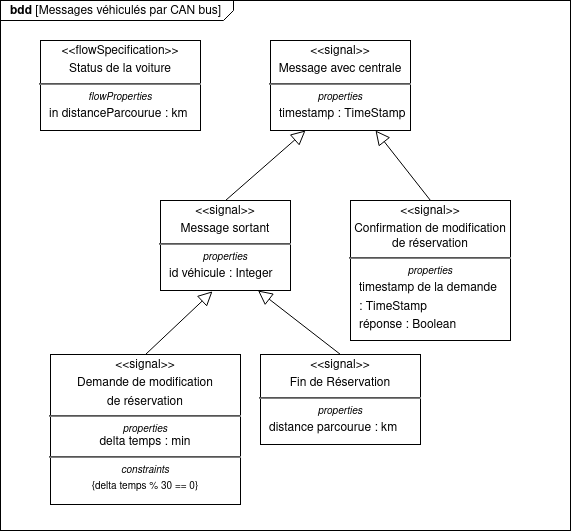
Above: diagrammes/bdd_signaux_ordi_de_bord.png in Dalker/ISI-mobility (draw.io), before the change. Source tidied: cells renumbered, new cells last; positions are measured from the earlier drawing's top-left corner, leaving out a move shared by most shapes. Its diagram source:
```xml
<mxGraphModel>
  <root>
    <mxCell id="0" />
    <mxCell id="1" parent="0" />
    <mxCell id="2" value="&lt;p style=&quot;margin: 0px ; margin-top: 4px ; margin-left: 10px ; text-align: left&quot;&gt;&lt;b&gt;bdd&lt;/b&gt; [Messages véhiculés par CAN bus]&lt;br&gt;&lt;/p&gt;" style="html=1;strokeWidth=1;shape=mxgraph.sysml.package;labelX=233;align=left;spacingLeft=10;overflow=fill;" parent="1" vertex="1">
      <mxGeometry width="570" height="530" as="geometry" />
    </mxCell>
    <mxCell id="3" value="&lt;p style=&quot;margin: 0px ; margin-top: 4px ; text-align: center&quot;&gt;&amp;lt;&amp;lt;signal&amp;gt;&amp;gt;&lt;/p&gt;&lt;p style=&quot;margin: 0px ; margin-top: 4px ; text-align: center&quot;&gt;Fin de Réservation&lt;br&gt;&lt;/p&gt;&lt;hr&gt;&lt;p style=&quot;font-size: 10px ; margin: 0px ; margin-top: 4px ; text-align: center&quot;&gt;&lt;i&gt;properties&lt;/i&gt;&lt;/p&gt;&lt;p style=&quot;margin: 0px ; margin-top: 4px ; margin-left: 10px ; text-align: left&quot;&gt;distance parcourue : km&lt;/p&gt;" style="shape=rect;html=1;overflow=fill;whiteSpace=wrap;" parent="1" vertex="1">
      <mxGeometry x="260" y="354" width="160" height="90" as="geometry" />
    </mxCell>
    <mxCell id="4" value="&lt;p style=&quot;margin: 0px ; margin-top: 4px ; text-align: center&quot;&gt;&amp;lt;&amp;lt;signal&amp;gt;&amp;gt;&lt;br&gt;&lt;/p&gt;&lt;p style=&quot;margin: 0px ; margin-top: 4px ; text-align: center&quot;&gt;Message sortant&lt;br&gt;&lt;/p&gt;&lt;hr&gt;&lt;p style=&quot;font-size: 10px ; margin: 0px ; margin-top: 4px ; text-align: center&quot;&gt;&lt;i&gt;properties&lt;/i&gt;&lt;/p&gt;&lt;p style=&quot;margin: 0px ; margin-top: 4px ; margin-left: 10px ; text-align: left&quot;&gt;id véhicule : Integer&lt;br&gt;&lt;/p&gt;" style="shape=rect;html=1;overflow=fill;whiteSpace=wrap;" parent="1" vertex="1">
      <mxGeometry x="160" y="200" width="130" height="90" as="geometry" />
    </mxCell>
    <mxCell id="5" style="edgeStyle=none;html=1;endSize=12;endArrow=block;endFill=0;entryX=0.75;entryY=1;entryDx=0;entryDy=0;exitX=0.5;exitY=0;exitDx=0;exitDy=0;" parent="1" edge="1" source="3" target="4">
      <mxGeometry relative="1" as="geometry" />
    </mxCell>
    <mxCell id="6" value="&lt;p style=&quot;margin: 0px ; margin-top: 4px ; text-align: center&quot;&gt;&amp;lt;&amp;lt;signal&amp;gt;&amp;gt;&lt;/p&gt;&lt;p style=&quot;margin: 0px ; margin-top: 4px ; text-align: center&quot;&gt;Demande de modification&lt;/p&gt;&lt;p style=&quot;margin: 0px ; margin-top: 4px ; text-align: center&quot;&gt;de réservation&lt;br&gt;&lt;/p&gt;&lt;hr&gt;&lt;p style=&quot;font-size: 10px ; margin: 0px ; margin-top: 4px ; text-align: center&quot;&gt;&lt;i&gt;properties&lt;/i&gt;&lt;/p&gt;delta temps : min&lt;br&gt;&lt;hr&gt;&lt;p style=&quot;font-size: 10px ; margin: 0px ; margin-top: 4px ; text-align: center&quot;&gt;&lt;i&gt;constraints&lt;/i&gt;&lt;/p&gt;&lt;p style=&quot;font-size: 10px ; margin: 0px ; margin-top: 4px ; text-align: center&quot;&gt;{delta temps % 30 == 0}&lt;br&gt;&lt;i&gt;&lt;/i&gt;&lt;/p&gt;" style="shape=rect;html=1;overflow=fill;whiteSpace=wrap;" parent="1" vertex="1">
      <mxGeometry x="50" y="354" width="190" height="150" as="geometry" />
    </mxCell>
    <mxCell id="7" style="edgeStyle=none;html=1;endSize=12;endArrow=block;endFill=0;entryX=0.4;entryY=1.009;entryDx=0;entryDy=0;exitX=0.5;exitY=0;exitDx=0;exitDy=0;entryPerimeter=0;" parent="1" edge="1" source="6" target="4">
      <mxGeometry relative="1" as="geometry" />
    </mxCell>
    <mxCell id="8" value="&lt;p style=&quot;margin: 0px ; margin-top: 4px ; text-align: center&quot;&gt;&amp;lt;&amp;lt;signal&amp;gt;&amp;gt;&lt;/p&gt;&lt;p style=&quot;margin: 0px ; margin-top: 4px ; text-align: center&quot;&gt;Message avec centrale&lt;br&gt;&lt;/p&gt;&lt;hr&gt;&lt;p style=&quot;font-size: 10px ; margin: 0px ; margin-top: 4px ; text-align: center&quot;&gt;&lt;i&gt;properties&lt;/i&gt;&lt;/p&gt;&lt;p style=&quot;margin: 0px ; margin-top: 4px ; margin-left: 10px ; text-align: left&quot;&gt;timestamp : TimeStamp&lt;br&gt;&lt;/p&gt;" style="shape=rect;html=1;overflow=fill;whiteSpace=wrap;" parent="1" vertex="1">
      <mxGeometry x="270" y="40" width="140" height="90" as="geometry" />
    </mxCell>
    <mxCell id="9" value="&lt;p style=&quot;margin: 0px ; margin-top: 4px ; text-align: center&quot;&gt;&amp;lt;&amp;lt;signal&amp;gt;&amp;gt;&lt;/p&gt;&lt;p style=&quot;margin: 0px ; margin-top: 4px ; text-align: center&quot;&gt;Confirmation de modification de réservation&lt;br&gt;&lt;/p&gt;&lt;hr&gt;&lt;p style=&quot;font-size: 10px ; margin: 0px ; margin-top: 4px ; text-align: center&quot;&gt;&lt;i&gt;properties&lt;/i&gt;&lt;/p&gt;&lt;p style=&quot;margin: 0px ; margin-top: 4px ; margin-left: 10px ; text-align: left&quot;&gt;timestamp de la demande&lt;/p&gt;&lt;p style=&quot;margin: 0px ; margin-top: 4px ; margin-left: 10px ; text-align: left&quot;&gt;: TimeStamp&lt;br&gt;&lt;/p&gt;&lt;p style=&quot;margin: 0px ; margin-top: 4px ; margin-left: 10px ; text-align: left&quot;&gt;réponse : Boolean&lt;br&gt;&lt;/p&gt;" style="shape=rect;html=1;overflow=fill;whiteSpace=wrap;" parent="1" vertex="1">
      <mxGeometry x="350" y="200" width="160" height="140" as="geometry" />
    </mxCell>
    <mxCell id="10" style="edgeStyle=none;html=1;endSize=12;endArrow=block;endFill=0;entryX=0.75;entryY=1;entryDx=0;entryDy=0;exitX=0.5;exitY=0;exitDx=0;exitDy=0;" parent="1" edge="1" source="9" target="8">
      <mxGeometry relative="1" as="geometry" />
    </mxCell>
    <mxCell id="11" value="&lt;p style=&quot;margin: 0px ; margin-top: 4px ; text-align: center&quot;&gt;&amp;lt;&amp;lt;flowSpecification&amp;gt;&amp;gt;&lt;/p&gt;&lt;p style=&quot;margin: 0px ; margin-top: 4px ; text-align: center&quot;&gt;Status de la voiture&lt;br&gt;&lt;/p&gt;&lt;hr&gt;&lt;p style=&quot;font-size: 10px ; margin: 0px ; margin-top: 4px ; text-align: center&quot;&gt;&lt;i&gt;flowProperties&lt;/i&gt;&lt;/p&gt;&lt;p style=&quot;margin: 0px ; margin-top: 4px ; margin-left: 10px ; text-align: left&quot;&gt;in distanceParcourue : km&lt;br&gt;&lt;/p&gt;" style="shape=rect;html=1;overflow=fill;whiteSpace=wrap;" parent="1" vertex="1">
      <mxGeometry x="40" y="40" width="160" height="90" as="geometry" />
    </mxCell>
    <mxCell id="12" style="edgeStyle=none;html=1;endSize=12;endArrow=block;endFill=0;entryX=0.25;entryY=1;entryDx=0;entryDy=0;exitX=0.5;exitY=0;exitDx=0;exitDy=0;" parent="1" edge="1" source="4" target="8">
      <mxGeometry relative="1" as="geometry" />
    </mxCell>
  </root>
</mxGraphModel>
```
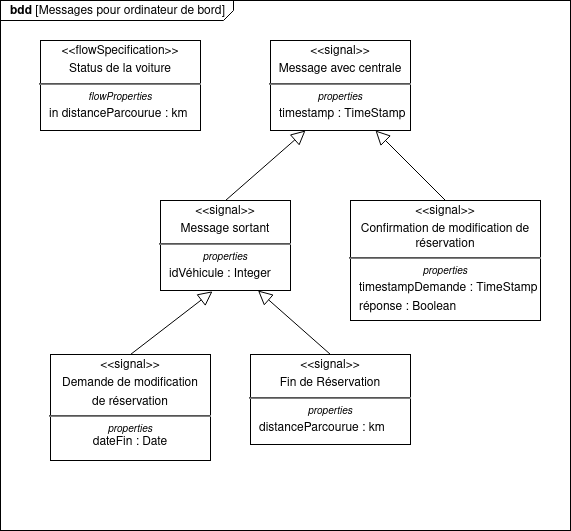
After the change.

Change to the diagram source:
```diff
@@ -2,20 +2,20 @@
   <root>
     <mxCell id="0" />
     <mxCell id="1" parent="0" />
-    <mxCell id="2" value="&lt;p style=&quot;margin: 0px ; margin-top: 4px ; margin-left: 10px ; text-align: left&quot;&gt;&lt;b&gt;bdd&lt;/b&gt; [Messages véhiculés par CAN bus]&lt;br&gt;&lt;/p&gt;" style="html=1;strokeWidth=1;shape=mxgraph.sysml.package;labelX=233;align=left;spacingLeft=10;overflow=fill;" parent="1" vertex="1">
+    <mxCell id="2" value="&lt;p style=&quot;margin: 0px ; margin-top: 4px ; margin-left: 10px ; text-align: left&quot;&gt;&lt;b&gt;bdd&lt;/b&gt; [Messages pour ordinateur de bord]&lt;br&gt;&lt;/p&gt;" style="html=1;strokeWidth=1;shape=mxgraph.sysml.package;labelX=233;align=left;spacingLeft=10;overflow=fill;" parent="1" vertex="1">
       <mxGeometry width="570" height="530" as="geometry" />
     </mxCell>
-    <mxCell id="3" value="&lt;p style=&quot;margin: 0px ; margin-top: 4px ; text-align: center&quot;&gt;&amp;lt;&amp;lt;signal&amp;gt;&amp;gt;&lt;/p&gt;&lt;p style=&quot;margin: 0px ; margin-top: 4px ; text-align: center&quot;&gt;Fin de Réservation&lt;br&gt;&lt;/p&gt;&lt;hr&gt;&lt;p style=&quot;font-size: 10px ; margin: 0px ; margin-top: 4px ; text-align: center&quot;&gt;&lt;i&gt;properties&lt;/i&gt;&lt;/p&gt;&lt;p style=&quot;margin: 0px ; margin-top: 4px ; margin-left: 10px ; text-align: left&quot;&gt;distance parcourue : km&lt;/p&gt;" style="shape=rect;html=1;overflow=fill;whiteSpace=wrap;" parent="1" vertex="1">
-      <mxGeometry x="260" y="354" width="160" height="90" as="geometry" />
+    <mxCell id="3" value="&lt;p style=&quot;margin: 0px ; margin-top: 4px ; text-align: center&quot;&gt;&amp;lt;&amp;lt;signal&amp;gt;&amp;gt;&lt;/p&gt;&lt;p style=&quot;margin: 0px ; margin-top: 4px ; text-align: center&quot;&gt;Fin de Réservation&lt;br&gt;&lt;/p&gt;&lt;hr&gt;&lt;p style=&quot;font-size: 10px ; margin: 0px ; margin-top: 4px ; text-align: center&quot;&gt;&lt;i&gt;properties&lt;/i&gt;&lt;/p&gt;&lt;p style=&quot;margin: 0px ; margin-top: 4px ; margin-left: 10px ; text-align: left&quot;&gt;distanceParcourue : km&lt;/p&gt;" style="shape=rect;html=1;overflow=fill;whiteSpace=wrap;" parent="1" vertex="1">
+      <mxGeometry x="250" y="354" width="160" height="90" as="geometry" />
     </mxCell>
-    <mxCell id="4" value="&lt;p style=&quot;margin: 0px ; margin-top: 4px ; text-align: center&quot;&gt;&amp;lt;&amp;lt;signal&amp;gt;&amp;gt;&lt;br&gt;&lt;/p&gt;&lt;p style=&quot;margin: 0px ; margin-top: 4px ; text-align: center&quot;&gt;Message sortant&lt;br&gt;&lt;/p&gt;&lt;hr&gt;&lt;p style=&quot;font-size: 10px ; margin: 0px ; margin-top: 4px ; text-align: center&quot;&gt;&lt;i&gt;properties&lt;/i&gt;&lt;/p&gt;&lt;p style=&quot;margin: 0px ; margin-top: 4px ; margin-left: 10px ; text-align: left&quot;&gt;id véhicule : Integer&lt;br&gt;&lt;/p&gt;" style="shape=rect;html=1;overflow=fill;whiteSpace=wrap;" parent="1" vertex="1">
+    <mxCell id="4" value="&lt;p style=&quot;margin: 0px ; margin-top: 4px ; text-align: center&quot;&gt;&amp;lt;&amp;lt;signal&amp;gt;&amp;gt;&lt;br&gt;&lt;/p&gt;&lt;p style=&quot;margin: 0px ; margin-top: 4px ; text-align: center&quot;&gt;Message sortant&lt;br&gt;&lt;/p&gt;&lt;hr&gt;&lt;p style=&quot;font-size: 10px ; margin: 0px ; margin-top: 4px ; text-align: center&quot;&gt;&lt;i&gt;properties&lt;/i&gt;&lt;/p&gt;&lt;p style=&quot;margin: 0px ; margin-top: 4px ; margin-left: 10px ; text-align: left&quot;&gt;idVéhicule : Integer&lt;br&gt;&lt;/p&gt;" style="shape=rect;html=1;overflow=fill;whiteSpace=wrap;" parent="1" vertex="1">
       <mxGeometry x="160" y="200" width="130" height="90" as="geometry" />
     </mxCell>
     <mxCell id="5" style="edgeStyle=none;html=1;endSize=12;endArrow=block;endFill=0;entryX=0.75;entryY=1;entryDx=0;entryDy=0;exitX=0.5;exitY=0;exitDx=0;exitDy=0;" parent="1" edge="1" source="3" target="4">
       <mxGeometry relative="1" as="geometry" />
     </mxCell>
-    <mxCell id="6" value="&lt;p style=&quot;margin: 0px ; margin-top: 4px ; text-align: center&quot;&gt;&amp;lt;&amp;lt;signal&amp;gt;&amp;gt;&lt;/p&gt;&lt;p style=&quot;margin: 0px ; margin-top: 4px ; text-align: center&quot;&gt;Demande de modification&lt;/p&gt;&lt;p style=&quot;margin: 0px ; margin-top: 4px ; text-align: center&quot;&gt;de réservation&lt;br&gt;&lt;/p&gt;&lt;hr&gt;&lt;p style=&quot;font-size: 10px ; margin: 0px ; margin-top: 4px ; text-align: center&quot;&gt;&lt;i&gt;properties&lt;/i&gt;&lt;/p&gt;delta temps : min&lt;br&gt;&lt;hr&gt;&lt;p style=&quot;font-size: 10px ; margin: 0px ; margin-top: 4px ; text-align: center&quot;&gt;&lt;i&gt;constraints&lt;/i&gt;&lt;/p&gt;&lt;p style=&quot;font-size: 10px ; margin: 0px ; margin-top: 4px ; text-align: center&quot;&gt;{delta temps % 30 == 0}&lt;br&gt;&lt;i&gt;&lt;/i&gt;&lt;/p&gt;" style="shape=rect;html=1;overflow=fill;whiteSpace=wrap;" parent="1" vertex="1">
-      <mxGeometry x="50" y="354" width="190" height="150" as="geometry" />
+    <mxCell id="6" value="&lt;p style=&quot;margin: 0px ; margin-top: 4px ; text-align: center&quot;&gt;&amp;lt;&amp;lt;signal&amp;gt;&amp;gt;&lt;/p&gt;&lt;p style=&quot;margin: 0px ; margin-top: 4px ; text-align: center&quot;&gt;Demande de modification&lt;/p&gt;&lt;p style=&quot;margin: 0px ; margin-top: 4px ; text-align: center&quot;&gt;de réservation&lt;br&gt;&lt;/p&gt;&lt;hr&gt;&lt;p style=&quot;font-size: 10px ; margin: 0px ; margin-top: 4px ; text-align: center&quot;&gt;&lt;i&gt;properties&lt;/i&gt;&lt;/p&gt;dateFin : Date&lt;br&gt;&lt;br&gt;&lt;p style=&quot;font-size: 10px ; margin: 0px ; margin-top: 4px ; text-align: center&quot;&gt;&lt;br&gt;&lt;/p&gt;" style="shape=rect;html=1;overflow=fill;whiteSpace=wrap;" parent="1" vertex="1">
+      <mxGeometry x="50" y="354" width="160" height="106" as="geometry" />
     </mxCell>
     <mxCell id="7" style="edgeStyle=none;html=1;endSize=12;endArrow=block;endFill=0;entryX=0.4;entryY=1.009;entryDx=0;entryDy=0;exitX=0.5;exitY=0;exitDx=0;exitDy=0;entryPerimeter=0;" parent="1" edge="1" source="6" target="4">
       <mxGeometry relative="1" as="geometry" />
@@ -23,8 +23,8 @@
     <mxCell id="8" value="&lt;p style=&quot;margin: 0px ; margin-top: 4px ; text-align: center&quot;&gt;&amp;lt;&amp;lt;signal&amp;gt;&amp;gt;&lt;/p&gt;&lt;p style=&quot;margin: 0px ; margin-top: 4px ; text-align: center&quot;&gt;Message avec centrale&lt;br&gt;&lt;/p&gt;&lt;hr&gt;&lt;p style=&quot;font-size: 10px ; margin: 0px ; margin-top: 4px ; text-align: center&quot;&gt;&lt;i&gt;properties&lt;/i&gt;&lt;/p&gt;&lt;p style=&quot;margin: 0px ; margin-top: 4px ; margin-left: 10px ; text-align: left&quot;&gt;timestamp : TimeStamp&lt;br&gt;&lt;/p&gt;" style="shape=rect;html=1;overflow=fill;whiteSpace=wrap;" parent="1" vertex="1">
       <mxGeometry x="270" y="40" width="140" height="90" as="geometry" />
     </mxCell>
-    <mxCell id="9" value="&lt;p style=&quot;margin: 0px ; margin-top: 4px ; text-align: center&quot;&gt;&amp;lt;&amp;lt;signal&amp;gt;&amp;gt;&lt;/p&gt;&lt;p style=&quot;margin: 0px ; margin-top: 4px ; text-align: center&quot;&gt;Confirmation de modification de réservation&lt;br&gt;&lt;/p&gt;&lt;hr&gt;&lt;p style=&quot;font-size: 10px ; margin: 0px ; margin-top: 4px ; text-align: center&quot;&gt;&lt;i&gt;properties&lt;/i&gt;&lt;/p&gt;&lt;p style=&quot;margin: 0px ; margin-top: 4px ; margin-left: 10px ; text-align: left&quot;&gt;timestamp de la demande&lt;/p&gt;&lt;p style=&quot;margin: 0px ; margin-top: 4px ; margin-left: 10px ; text-align: left&quot;&gt;: TimeStamp&lt;br&gt;&lt;/p&gt;&lt;p style=&quot;margin: 0px ; margin-top: 4px ; margin-left: 10px ; text-align: left&quot;&gt;réponse : Boolean&lt;br&gt;&lt;/p&gt;" style="shape=rect;html=1;overflow=fill;whiteSpace=wrap;" parent="1" vertex="1">
-      <mxGeometry x="350" y="200" width="160" height="140" as="geometry" />
+    <mxCell id="9" value="&lt;p style=&quot;margin: 0px ; margin-top: 4px ; text-align: center&quot;&gt;&amp;lt;&amp;lt;signal&amp;gt;&amp;gt;&lt;/p&gt;&lt;p style=&quot;margin: 0px ; margin-top: 4px ; text-align: center&quot;&gt;Confirmation de modification de réservation&lt;br&gt;&lt;/p&gt;&lt;hr&gt;&lt;p style=&quot;font-size: 10px ; margin: 0px ; margin-top: 4px ; text-align: center&quot;&gt;&lt;i&gt;properties&lt;/i&gt;&lt;/p&gt;&lt;p style=&quot;margin: 0px ; margin-top: 4px ; margin-left: 10px ; text-align: left&quot;&gt;timestampDemande : TimeStamp&lt;br&gt;&lt;/p&gt;&lt;p style=&quot;margin: 0px ; margin-top: 4px ; margin-left: 10px ; text-align: left&quot;&gt;réponse : Boolean&lt;br&gt;&lt;/p&gt;" style="shape=rect;html=1;overflow=fill;whiteSpace=wrap;" parent="1" vertex="1">
+      <mxGeometry x="350" y="200" width="190" height="120" as="geometry" />
     </mxCell>
     <mxCell id="10" style="edgeStyle=none;html=1;endSize=12;endArrow=block;endFill=0;entryX=0.75;entryY=1;entryDx=0;entryDy=0;exitX=0.5;exitY=0;exitDx=0;exitDy=0;" parent="1" edge="1" source="9" target="8">
       <mxGeometry relative="1" as="geometry" />
```
